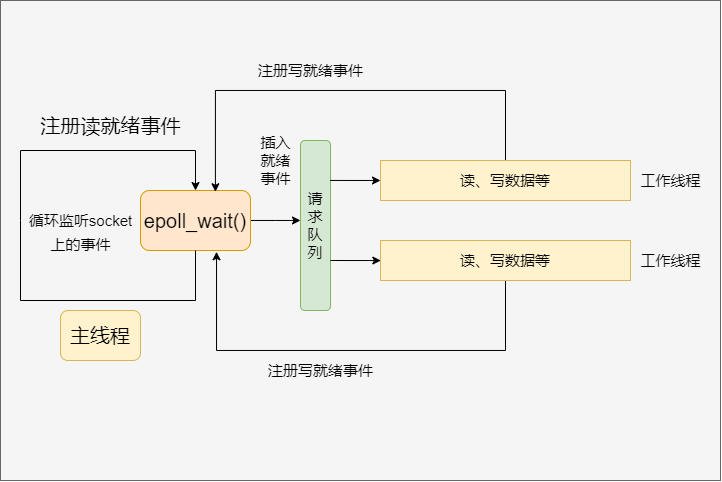
Earlier version of the draw.io export data/Reactor.drawio.png (mo-xiaoxiu/imagefrommyblog). Source tidied: cells renumbered, new cells last; positions are measured from the earlier drawing's top-left corner, leaving out a move shared by most shapes.
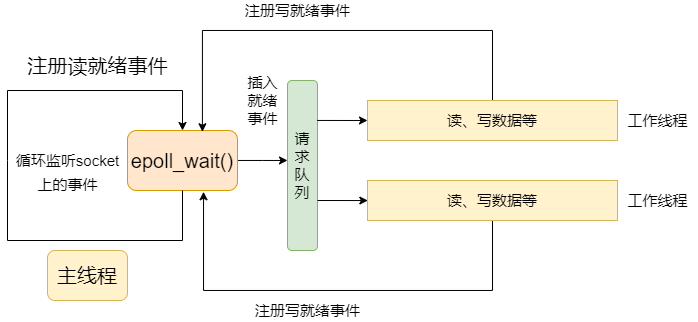
The same file after the commit.

Change to the diagram source:
```diff
@@ -2,9 +2,6 @@
   <root>
     <mxCell id="0" />
     <mxCell id="1" parent="0" />
-    <mxCell id="2" style="rounded=0;whiteSpace=wrap;html=1;fontSize=15;fillColor=#f5f5f5;fontColor=#333333;strokeColor=#666666;" parent="1" vertex="1">
-      <mxGeometry width="720" height="480" as="geometry" />
-    </mxCell>
     <mxCell id="3" value="&lt;font style=&quot;font-size: 20px&quot;&gt;主线程&lt;/font&gt;" style="rounded=1;whiteSpace=wrap;html=1;fillColor=#fff2cc;strokeColor=#d6b656;" parent="1" vertex="1">
       <mxGeometry x="60" y="310" width="80" height="50" as="geometry" />
     </mxCell>
```
